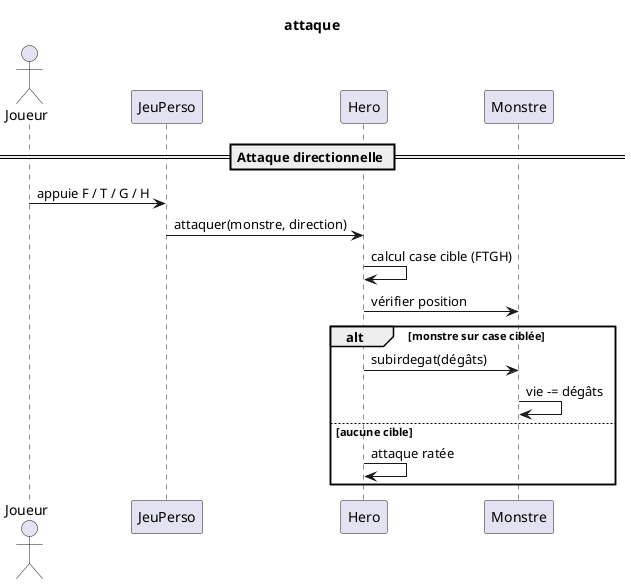
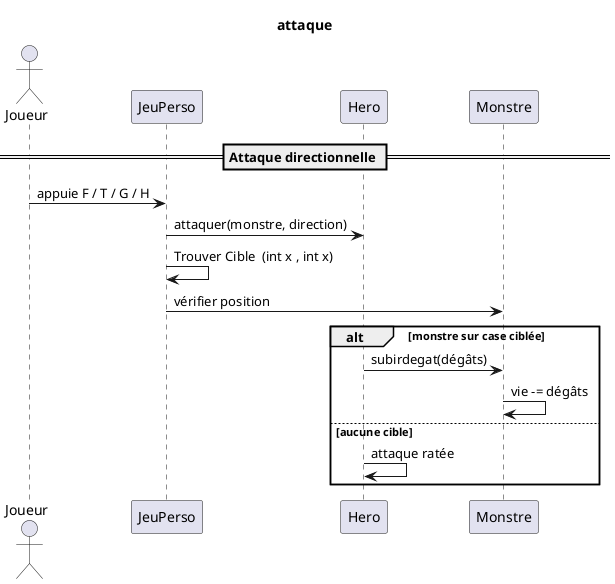
@startuml
title attaque
actor Joueur

participant JeuPerso
participant Hero
participant Monstre

== Attaque directionnelle ==

Joueur -> JeuPerso : appuie F / T / G / H

JeuPerso -> Hero : attaquer(monstre, direction)

- Hero -> Hero : calcul case cible (FTGH)
+ JeuPerso -> JeuPerso : Trouver Cible  (int x , int x)

- Hero -> Monstre : vérifier position
+ JeuPerso -> Monstre : vérifier position
+ 

alt monstre sur case ciblée
    Hero -> Monstre : subirdegat(dégâts)
    Monstre -> Monstre : vie -= dégâts
else aucune cible
    Hero -> Hero : attaque ratée
end

@enduml